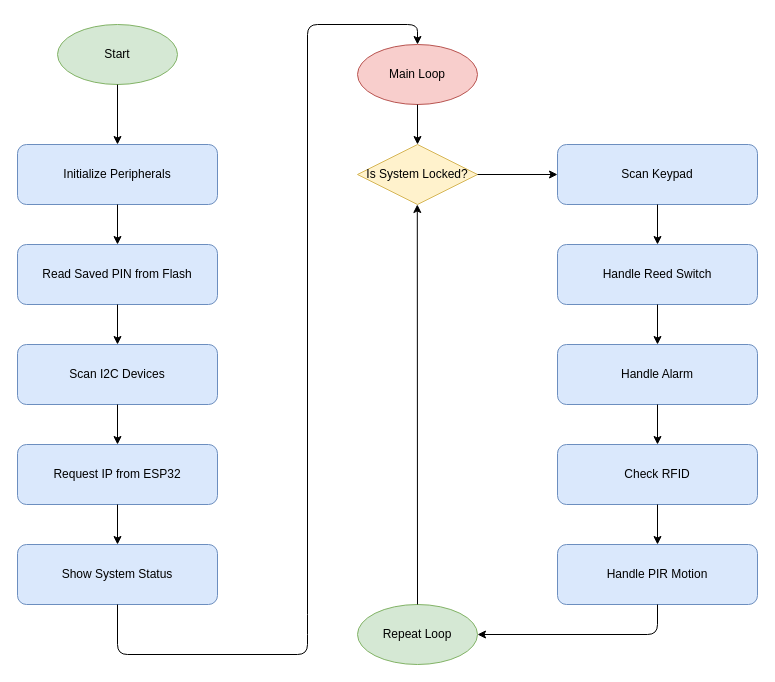
Before: Assets/flowchart.drawio in castagnoemanuele/STM32-smart-alarm, a draw.io diagram. Source tidied: cells renumbered, new cells numbered last; positions are measured from the earlier drawing's top-left corner, leaving out a move shared by most shapes. Both pictures are drawn from the tidied source at 100%, with x=0, y=0 at pixel (17, 24).
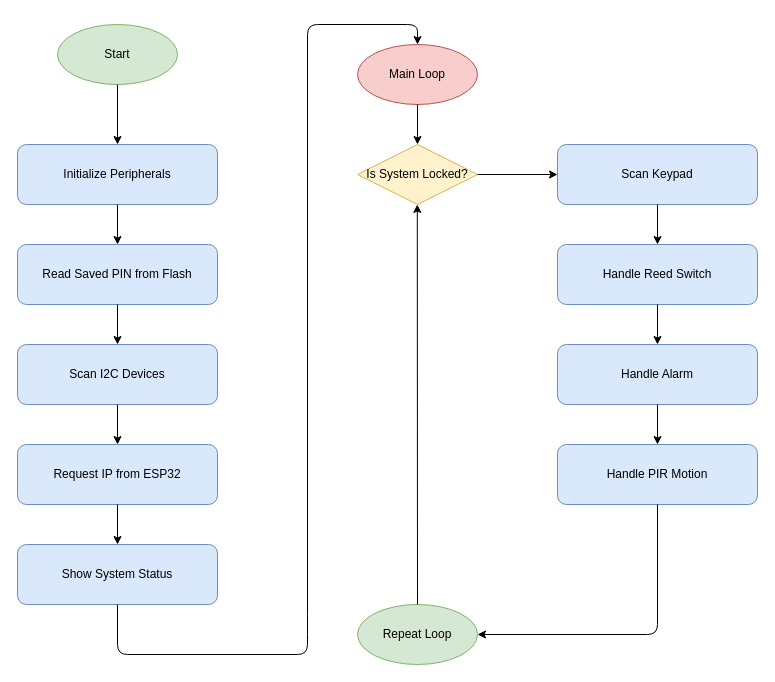
The same page after the edit.

Unchanged cells that the change refers to:
```xml
<mxCell id="12" value="Handle Alarm" style="rounded=1;whiteSpace=wrap;html=1;fillColor=#dae8fc;strokeColor=#6c8ebf;" parent="1" vertex="1">
  <mxGeometry x="540" y="320" width="200" height="60" as="geometry" />
</mxCell>
```

Change to the diagram source:
```diff
@@
-    <mxCell id="13" value="Check RFID" style="rounded=1;whiteSpace=wrap;html=1;fillColor=#dae8fc;strokeColor=#6c8ebf;" parent="1" vertex="1">
-      <mxGeometry x="540" y="420" width="200" height="60" as="geometry" />
-    </mxCell>
     <mxCell id="14" value="Handle PIR Motion" style="rounded=1;whiteSpace=wrap;html=1;fillColor=#dae8fc;strokeColor=#6c8ebf;" parent="1" vertex="1">
-      <mxGeometry x="540" y="520" width="200" height="60" as="geometry" />
+      <mxGeometry x="540" y="420" width="200" height="60" as="geometry" />
     </mxCell>
@@
-    <mxCell id="26" parent="1" edge="1" source="12" target="13">
-      <mxGeometry relative="1" as="geometry" />
+    <mxCell id="26" parent="1" edge="1" source="12">
+      <mxGeometry relative="1" as="geometry">
+        <mxPoint x="640" y="420" as="targetPoint" />
+      </mxGeometry>
     </mxCell>
-    <mxCell id="27" parent="1" edge="1" source="13" target="14">
-      <mxGeometry relative="1" as="geometry" />
-    </mxCell>
```
